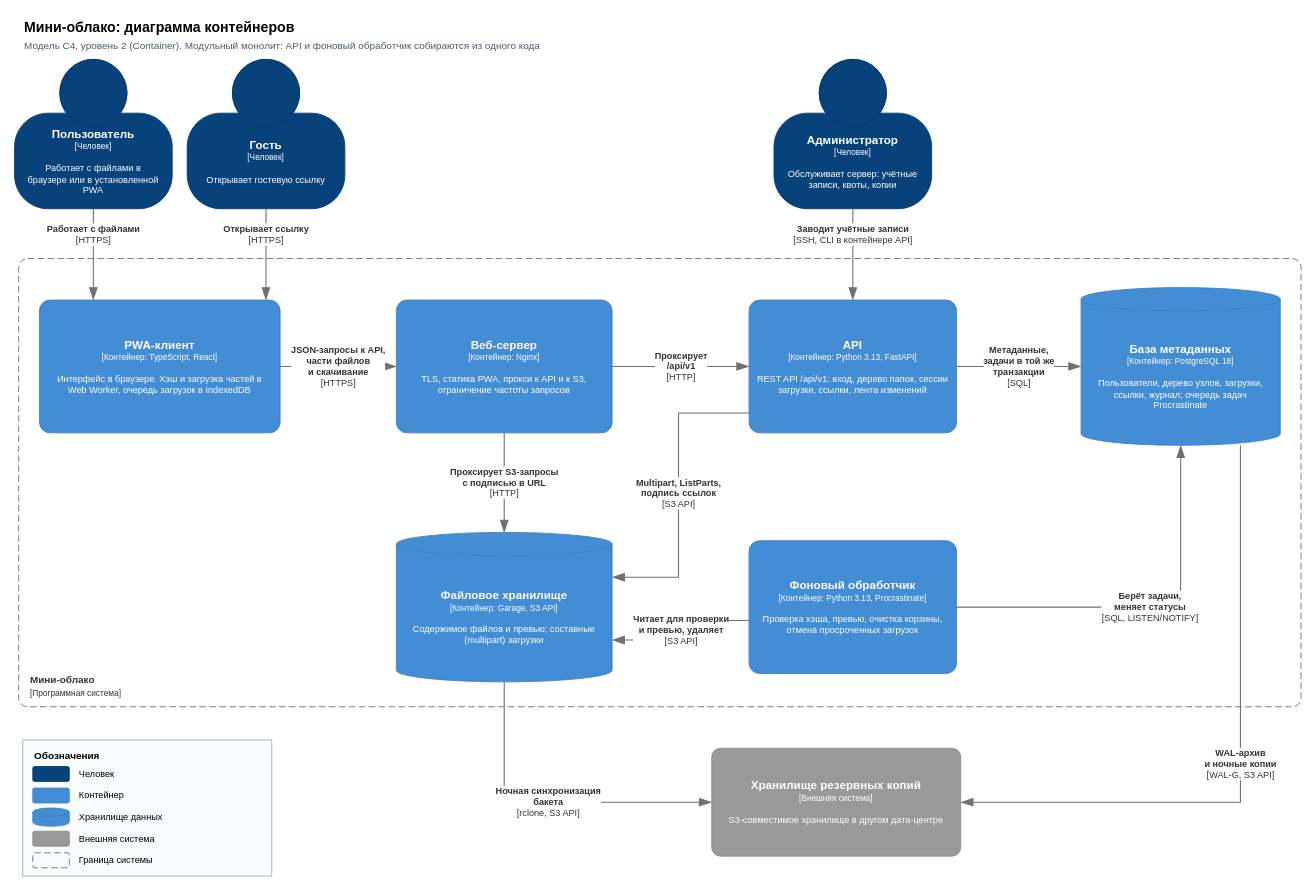
NicolasRAA/minicloud keeps this draw.io diagram as page "2. Контейнеры (C4 L2)" (2 of 3) of docs/architecture/c4-diagram.drawio. Above is the earlier version. Source tidied: cells renumbered, new cells numbered last; positions are measured from the earlier drawing's top-left corner, leaving out a move shared by most shapes. Both pictures are drawn from the tidied source at 83%, with x=0, y=0 at pixel (14, 14).
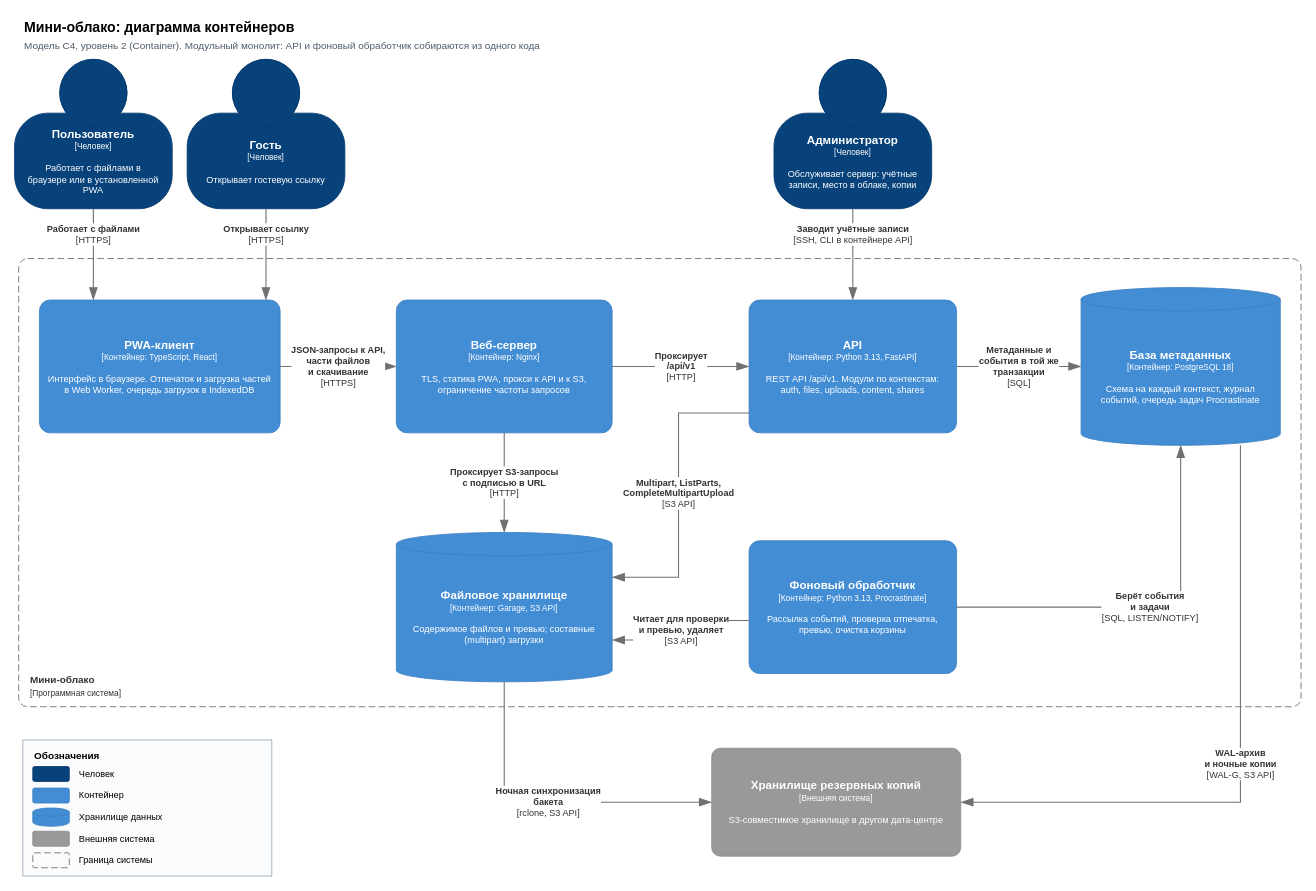
The same page after the edit.

Unchanged cells that the change refers to:
```xml
<mxCell id="11" value="&lt;b&gt;&lt;font style=&quot;font-size:14px&quot;&gt;Файловое хранилище&lt;/font&gt;&lt;/b&gt;&lt;br&gt;&lt;font style=&quot;font-size:10px&quot;&gt;[Контейнер: Garage, S3 API]&lt;/font&gt;&lt;br&gt;&lt;br&gt;&lt;font style=&quot;font-size:11px&quot;&gt;Содержимое файлов и превью; составные (multipart) загрузки&lt;/font&gt;" style="shape=cylinder3;size=14;boundedLbl=1;whiteSpace=wrap;html=1;fontSize=11;fillColor=#438DD5;strokeColor=#3C7FC0;fontColor=#ffffff;align=center;verticalAlign=middle;spacingLeft=8;spacingRight=8;fontFamily=Helvetica;" parent="1" vertex="1">
  <mxGeometry x="460" y="624" width="260" height="180" as="geometry" />
</mxCell>
```

Change to the diagram source:
```diff
@@
-    <mxCell id="5" value="&lt;b&gt;&lt;font style=&quot;font-size:14px&quot;&gt;Администратор&lt;/font&gt;&lt;/b&gt;&lt;br&gt;&lt;font style=&quot;font-size:10px&quot;&gt;[Человек]&lt;/font&gt;&lt;br&gt;&lt;br&gt;&lt;font style=&quot;font-size:11px&quot;&gt;Обслуживает сервер: учётные записи, квоты, копии&lt;/font&gt;" style="html=1;whiteSpace=wrap;fontSize=11;dashed=0;fillColor=#08427B;strokeColor=#073B6F;fontColor=#ffffff;shape=mxgraph.c4.person2;align=center;spacingLeft=12;spacingRight=12;fontFamily=Helvetica;points=[[0.5,0,0],[1,0.5,0],[1,0.75,0],[0.75,1,0],[0.5,1,0],[0.25,1,0],[0,0.75,0],[0,0.5,0]];" parent="1" vertex="1">
+    <mxCell id="5" value="&lt;b&gt;&lt;font style=&quot;font-size:14px&quot;&gt;Администратор&lt;/font&gt;&lt;/b&gt;&lt;br&gt;&lt;font style=&quot;font-size:10px&quot;&gt;[Человек]&lt;/font&gt;&lt;br&gt;&lt;br&gt;&lt;font style=&quot;font-size:11px&quot;&gt;Обслуживает сервер: учётные записи, место в облаке, копии&lt;/font&gt;" style="html=1;whiteSpace=wrap;fontSize=11;dashed=0;fillColor=#08427B;strokeColor=#073B6F;fontColor=#ffffff;shape=mxgraph.c4.person2;align=center;spacingLeft=12;spacingRight=12;fontFamily=Helvetica;points=[[0.5,0,0],[1,0.5,0],[1,0.75,0],[0.75,1,0],[0.5,1,0],[0.25,1,0],[0,0.75,0],[0,0.5,0]];" parent="1" vertex="1">
       <mxGeometry x="915" y="54" width="190" height="180" as="geometry" />
     </mxCell>
@@
-    <mxCell id="7" value="&lt;b&gt;&lt;font style=&quot;font-size:14px&quot;&gt;PWA-клиент&lt;/font&gt;&lt;/b&gt;&lt;br&gt;&lt;font style=&quot;font-size:10px&quot;&gt;[Контейнер: TypeScript, React]&lt;/font&gt;&lt;br&gt;&lt;br&gt;&lt;font style=&quot;font-size:11px&quot;&gt;Интерфейс в браузере. Хэш и загрузка частей в Web Worker, очередь загрузок в IndexedDB&lt;/font&gt;" style="rounded=1;arcSize=8;whiteSpace=wrap;html=1;fontSize=11;fillColor=#438DD5;strokeColor=#3C7FC0;fontColor=#ffffff;align=center;verticalAlign=middle;spacingLeft=8;spacingRight=8;fontFamily=Helvetica;" parent="1" vertex="1">
+    <mxCell id="7" value="&lt;b&gt;&lt;font style=&quot;font-size:14px&quot;&gt;PWA-клиент&lt;/font&gt;&lt;/b&gt;&lt;br&gt;&lt;font style=&quot;font-size:10px&quot;&gt;[Контейнер: TypeScript, React]&lt;/font&gt;&lt;br&gt;&lt;br&gt;&lt;font style=&quot;font-size:11px&quot;&gt;Интерфейс в браузере. Отпечаток и загрузка частей в Web Worker, очередь загрузок в IndexedDB&lt;/font&gt;" style="rounded=1;arcSize=8;whiteSpace=wrap;html=1;fontSize=11;fillColor=#438DD5;strokeColor=#3C7FC0;fontColor=#ffffff;align=center;verticalAlign=middle;spacingLeft=8;spacingRight=8;fontFamily=Helvetica;" parent="1" vertex="1">
       <mxGeometry x="30" y="344" width="290" height="160" as="geometry" />
     </mxCell>
@@
-    <mxCell id="9" value="&lt;b&gt;&lt;font style=&quot;font-size:14px&quot;&gt;API&lt;/font&gt;&lt;/b&gt;&lt;br&gt;&lt;font style=&quot;font-size:10px&quot;&gt;[Контейнер: Python 3.13, FastAPI]&lt;/font&gt;&lt;br&gt;&lt;br&gt;&lt;font style=&quot;font-size:11px&quot;&gt;REST API /api/v1: вход, дерево папок, сессии загрузки, ссылки, лента изменений&lt;/font&gt;" style="rounded=1;arcSize=8;whiteSpace=wrap;html=1;fontSize=11;fillColor=#438DD5;strokeColor=#3C7FC0;fontColor=#ffffff;align=center;verticalAlign=middle;spacingLeft=8;spacingRight=8;fontFamily=Helvetica;" parent="1" vertex="1">
+    <mxCell id="9" value="&lt;b&gt;&lt;font style=&quot;font-size:14px&quot;&gt;API&lt;/font&gt;&lt;/b&gt;&lt;br&gt;&lt;font style=&quot;font-size:10px&quot;&gt;[Контейнер: Python 3.13, FastAPI]&lt;/font&gt;&lt;br&gt;&lt;br&gt;&lt;font style=&quot;font-size:11px&quot;&gt;REST API /api/v1. Модули по контекстам: auth, files, uploads, content, shares&lt;/font&gt;" style="rounded=1;arcSize=8;whiteSpace=wrap;html=1;fontSize=11;fillColor=#438DD5;strokeColor=#3C7FC0;fontColor=#ffffff;align=center;verticalAlign=middle;spacingLeft=8;spacingRight=8;fontFamily=Helvetica;" parent="1" vertex="1">
       <mxGeometry x="885" y="344" width="250" height="160" as="geometry" />
     </mxCell>
-    <mxCell id="10" value="&lt;b&gt;&lt;font style=&quot;font-size:14px&quot;&gt;База метаданных&lt;/font&gt;&lt;/b&gt;&lt;br&gt;&lt;font style=&quot;font-size:10px&quot;&gt;[Контейнер: PostgreSQL 18]&lt;/font&gt;&lt;br&gt;&lt;br&gt;&lt;font style=&quot;font-size:11px&quot;&gt;Пользователи, дерево узлов, загрузки, ссылки, журнал; очередь задач Procrastinate&lt;/font&gt;" style="shape=cylinder3;size=14;boundedLbl=1;whiteSpace=wrap;html=1;fontSize=11;fillColor=#438DD5;strokeColor=#3C7FC0;fontColor=#ffffff;align=center;verticalAlign=middle;spacingLeft=8;spacingRight=8;fontFamily=Helvetica;" parent="1" vertex="1">
+    <mxCell id="10" value="&lt;b&gt;&lt;font style=&quot;font-size:14px&quot;&gt;База метаданных&lt;/font&gt;&lt;/b&gt;&lt;br&gt;&lt;font style=&quot;font-size:10px&quot;&gt;[Контейнер: PostgreSQL 18]&lt;/font&gt;&lt;br&gt;&lt;br&gt;&lt;font style=&quot;font-size:11px&quot;&gt;Схема на каждый контекст, журнал событий, очередь задач Procrastinate&lt;/font&gt;" style="shape=cylinder3;size=14;boundedLbl=1;whiteSpace=wrap;html=1;fontSize=11;fillColor=#438DD5;strokeColor=#3C7FC0;fontColor=#ffffff;align=center;verticalAlign=middle;spacingLeft=8;spacingRight=8;fontFamily=Helvetica;" parent="1" vertex="1">
       <mxGeometry x="1285" y="329" width="240" height="190" as="geometry" />
     </mxCell>
@@
-    <mxCell id="12" value="&lt;b&gt;&lt;font style=&quot;font-size:14px&quot;&gt;Фоновый обработчик&lt;/font&gt;&lt;/b&gt;&lt;br&gt;&lt;font style=&quot;font-size:10px&quot;&gt;[Контейнер: Python 3.13, Procrastinate]&lt;/font&gt;&lt;br&gt;&lt;br&gt;&lt;font style=&quot;font-size:11px&quot;&gt;Проверка хэша, превью, очистка корзины, отмена просроченных загрузок&lt;/font&gt;" style="rounded=1;arcSize=8;whiteSpace=wrap;html=1;fontSize=11;fillColor=#438DD5;strokeColor=#3C7FC0;fontColor=#ffffff;align=center;verticalAlign=middle;spacingLeft=8;spacingRight=8;fontFamily=Helvetica;" parent="1" vertex="1">
+    <mxCell id="12" value="&lt;b&gt;&lt;font style=&quot;font-size:14px&quot;&gt;Фоновый обработчик&lt;/font&gt;&lt;/b&gt;&lt;br&gt;&lt;font style=&quot;font-size:10px&quot;&gt;[Контейнер: Python 3.13, Procrastinate]&lt;/font&gt;&lt;br&gt;&lt;br&gt;&lt;font style=&quot;font-size:11px&quot;&gt;Рассылка событий, проверка отпечатка, превью, очистка корзины&lt;/font&gt;" style="rounded=1;arcSize=8;whiteSpace=wrap;html=1;fontSize=11;fillColor=#438DD5;strokeColor=#3C7FC0;fontColor=#ffffff;align=center;verticalAlign=middle;spacingLeft=8;spacingRight=8;fontFamily=Helvetica;" parent="1" vertex="1">
       <mxGeometry x="885" y="634" width="250" height="160" as="geometry" />
     </mxCell>
@@
-    <mxCell id="19" value="&lt;b&gt;Метаданные,&lt;br&gt;задачи в той же&lt;br&gt;транзакции&lt;/b&gt;&lt;br&gt;[SQL]" style="edgeStyle=orthogonalEdgeStyle;rounded=0;html=1;endArrow=blockThin;endFill=1;endSize=12;strokeColor=#707070;strokeWidth=1.3;fontSize=11;fontColor=#333333;labelBackgroundColor=#ffffff;jumpStyle=arc;jumpSize=12;fontFamily=Helvetica;exitX=1;exitY=0.5;exitDx=0;exitDy=0;entryX=0;entryY=0.5;entryDx=0;entryDy=0;" parent="1" edge="1" source="9" target="10">
+    <mxCell id="19" value="&lt;b&gt;Метаданные и&lt;br&gt;события в той же&lt;br&gt;транзакции&lt;/b&gt;&lt;br&gt;[SQL]" style="edgeStyle=orthogonalEdgeStyle;rounded=0;html=1;endArrow=blockThin;endFill=1;endSize=12;strokeColor=#707070;strokeWidth=1.3;fontSize=11;fontColor=#333333;labelBackgroundColor=#ffffff;jumpStyle=arc;jumpSize=12;fontFamily=Helvetica;exitX=1;exitY=0.5;exitDx=0;exitDy=0;entryX=0;entryY=0.5;entryDx=0;entryDy=0;" parent="1" edge="1" source="9" target="10">
       <mxGeometry relative="1" as="geometry" />
     </mxCell>
-    <mxCell id="20" value="&lt;b&gt;Multipart, ListParts,&lt;br&gt;подпись ссылок&lt;/b&gt;&lt;br&gt;[S3 API]" style="edgeStyle=orthogonalEdgeStyle;rounded=0;html=1;endArrow=blockThin;endFill=1;endSize=12;strokeColor=#707070;strokeWidth=1.3;fontSize=11;fontColor=#333333;labelBackgroundColor=#ffffff;jumpStyle=arc;jumpSize=12;fontFamily=Helvetica;exitX=0;exitY=0.85;exitDx=0;exitDy=0;entryX=1;entryY=0.3;entryDx=0;entryDy=0;" parent="1" edge="1" source="9" target="11">
+    <mxCell id="20" value="&lt;b&gt;Multipart, ListParts,&lt;br&gt;CompleteMultipartUpload&lt;/b&gt;&lt;br&gt;[S3 API]" style="edgeStyle=orthogonalEdgeStyle;rounded=0;html=1;endArrow=blockThin;endFill=1;endSize=12;strokeColor=#707070;strokeWidth=1.3;fontSize=11;fontColor=#333333;labelBackgroundColor=#ffffff;jumpStyle=arc;jumpSize=12;fontFamily=Helvetica;exitX=0;exitY=0.85;exitDx=0;exitDy=0;entryX=1;entryY=0.3;entryDx=0;entryDy=0;" parent="1" edge="1" source="9" target="11">
       <mxGeometry relative="1" as="geometry">
         <Array as="points">
           <mxPoint x="800" y="480" />
           <mxPoint x="800" y="678" />
         </Array>
       </mxGeometry>
     </mxCell>
@@
-    <mxCell id="22" value="&lt;b&gt;Берёт задачи,&lt;br&gt;меняет статусы&lt;/b&gt;&lt;br&gt;[SQL, LISTEN/NOTIFY]" style="edgeStyle=orthogonalEdgeStyle;rounded=0;html=1;endArrow=blockThin;endFill=1;endSize=12;strokeColor=#707070;strokeWidth=1.3;fontSize=11;fontColor=#333333;labelBackgroundColor=#ffffff;jumpStyle=arc;jumpSize=12;fontFamily=Helvetica;exitX=1;exitY=0.5;exitDx=0;exitDy=0;entryX=0.5;entryY=1;entryDx=0;entryDy=0;" parent="1" edge="1" source="12" target="10">
+    <mxCell id="22" value="&lt;b&gt;Берёт события&lt;br&gt;и задачи&lt;/b&gt;&lt;br&gt;[SQL, LISTEN/NOTIFY]" style="edgeStyle=orthogonalEdgeStyle;rounded=0;html=1;endArrow=blockThin;endFill=1;endSize=12;strokeColor=#707070;strokeWidth=1.3;fontSize=11;fontColor=#333333;labelBackgroundColor=#ffffff;jumpStyle=arc;jumpSize=12;fontFamily=Helvetica;exitX=1;exitY=0.5;exitDx=0;exitDy=0;entryX=0.5;entryY=1;entryDx=0;entryDy=0;" parent="1" edge="1" source="12" target="10">
       <mxGeometry relative="1" as="geometry">
         <Array as="points">
           <mxPoint x="1405" y="714" />
         </Array>
       </mxGeometry>
     </mxCell>
```
